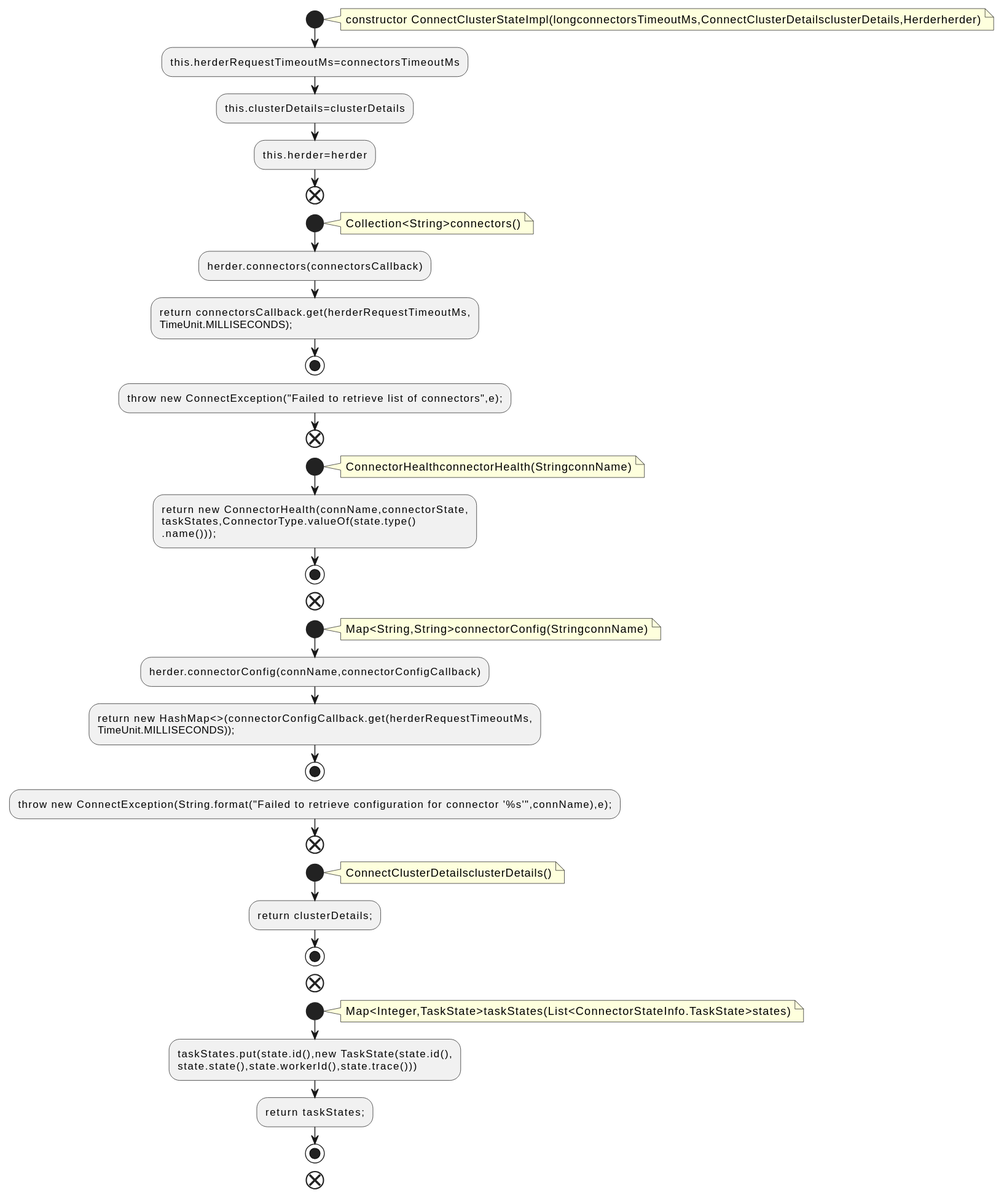
The PlantUML diagram docs/qc/connect/runtime/src/main/java/org/apache/kafka/connect/runtime/health/ConnectClusterStateImpl.java.fct.svg in qualitesys/kafka, before a commit.
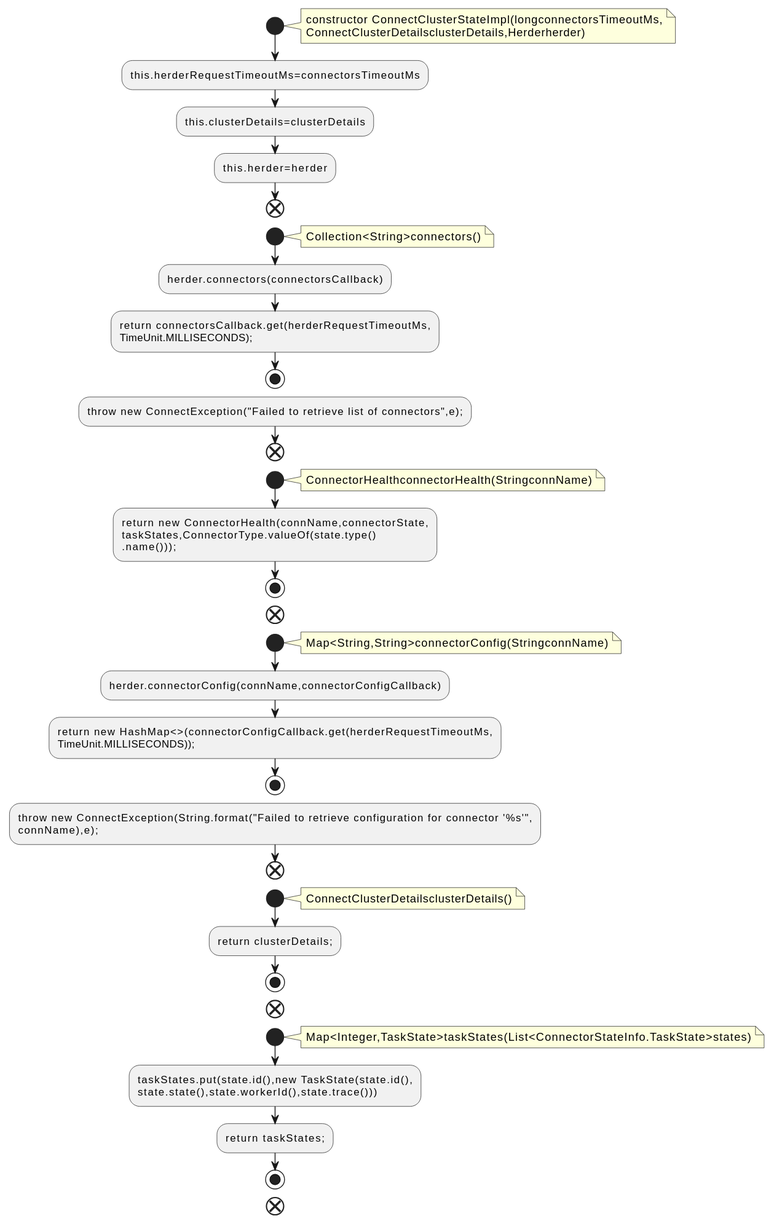
Above is the later version.

What changed in the source:
```diff
@@ -2,7 +2,8 @@
 !pragma layout smetana
 start
 note right
-constructor ConnectClusterStateImpl(longconnectorsTimeoutMs,ConnectClusterDetailsclusterDetails,Herderherder)
+constructor ConnectClusterStateImpl(longconnectorsTimeoutMs,
+ConnectClusterDetailsclusterDetails,Herderherder)
 end note
 :this.herderRequestTimeoutMs=connectorsTimeoutMs;
 :this.clusterDetails=clusterDetails;
@@ -35,7 +36,8 @@
 :return new HashMap<>(connectorConfigCallback.get(herderRequestTimeoutMs,
 TimeUnit.MILLISECONDS));;
 stop
-:throw new ConnectException(String.format("Failed to retrieve configuration for connector '%s'",connName),e);;
+:throw new ConnectException(String.format("Failed to retrieve configuration for connector '%s'",
+connName),e);;
 end
 start
 note right
```
